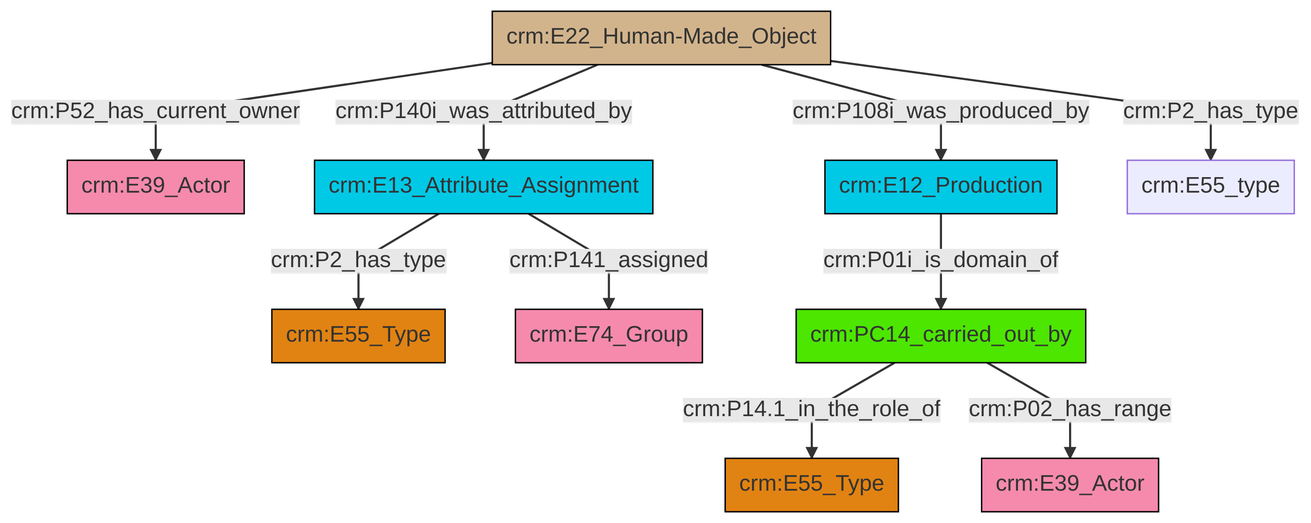
Before: et/builtWorkCSV/ttl/mmd/png/Built_Work_actor_relations.png, a diagram exported from Mermaid (swiss-art-research-net/reference-data-models). Its source is kept beside it as et/builtWorkCSV/ttl/mmd/Built_Work_actor_relations.ttl.mmd.
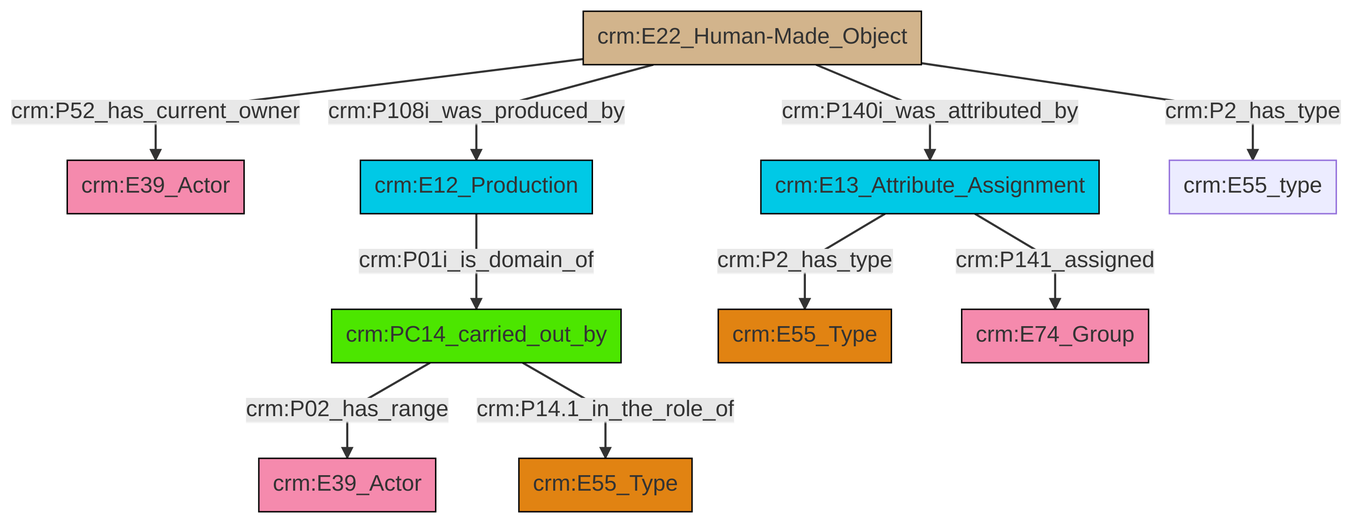
After the commit.

What changed in the source:
```diff
@@ -13,12 +13,12 @@
 classDef PC_Classes fill:#4ce600, stroke:#000000;
 classDef Multi fill:#cccccc,stroke:#000000;
 
-2["crm:E22_Human-Made_Object"]:::Physical_Thing -->|crm:P52_has_current_owner| 3["crm:E39_Actor"]:::Actor
-2["crm:E22_Human-Made_Object"]:::Physical_Thing -->|crm:P140i_was_attributed_by| 4["crm:E13_Attribute_Assignment"]:::Temporal_Entity
-4["crm:E13_Attribute_Assignment"]:::Temporal_Entity -->|crm:P2_has_type| 0["crm:E55_Type"]:::Type
-7["crm:PC14_carried_out_by"]:::PC_Classes -->|crm:P14.1_in_the_role_of| 8["crm:E55_Type"]:::Type
-10["crm:E12_Production"]:::Temporal_Entity -->|crm:P01i_is_domain_of| 7["crm:PC14_carried_out_by"]:::PC_Classes
-2["crm:E22_Human-Made_Object"]:::Physical_Thing -->|crm:P108i_was_produced_by| 10["crm:E12_Production"]:::Temporal_Entity
-4["crm:E13_Attribute_Assignment"]:::Temporal_Entity -->|crm:P141_assigned| 11["crm:E74_Group"]:::Actor
-2["crm:E22_Human-Made_Object"]:::Physical_Thing -->|crm:P2_has_type| 13["crm:E55_type"]:::Default
-7["crm:PC14_carried_out_by"]:::PC_Classes -->|crm:P02_has_range| 5["crm:E39_Actor"]:::Actor
+0["crm:PC14_carried_out_by"]:::PC_Classes -->|crm:P02_has_range| 1["crm:E39_Actor"]:::Actor
+4["crm:E13_Attribute_Assignment"]:::Temporal_Entity -->|crm:P2_has_type| 5["crm:E55_Type"]:::Type
+8["crm:E22_Human-Made_Object"]:::Physical_Thing -->|crm:P140i_was_attributed_by| 4["crm:E13_Attribute_Assignment"]:::Temporal_Entity
+8["crm:E22_Human-Made_Object"]:::Physical_Thing -->|crm:P108i_was_produced_by| 9["crm:E12_Production"]:::Temporal_Entity
+9["crm:E12_Production"]:::Temporal_Entity -->|crm:P01i_is_domain_of| 0["crm:PC14_carried_out_by"]:::PC_Classes
+8["crm:E22_Human-Made_Object"]:::Physical_Thing -->|crm:P52_has_current_owner| 2["crm:E39_Actor"]:::Actor
+8["crm:E22_Human-Made_Object"]:::Physical_Thing -->|crm:P2_has_type| 11["crm:E55_type"]:::Default
+4["crm:E13_Attribute_Assignment"]:::Temporal_Entity -->|crm:P141_assigned| 6["crm:E74_Group"]:::Actor
+0["crm:PC14_carried_out_by"]:::PC_Classes -->|crm:P14.1_in_the_role_of| 14["crm:E55_Type"]:::Type
```
